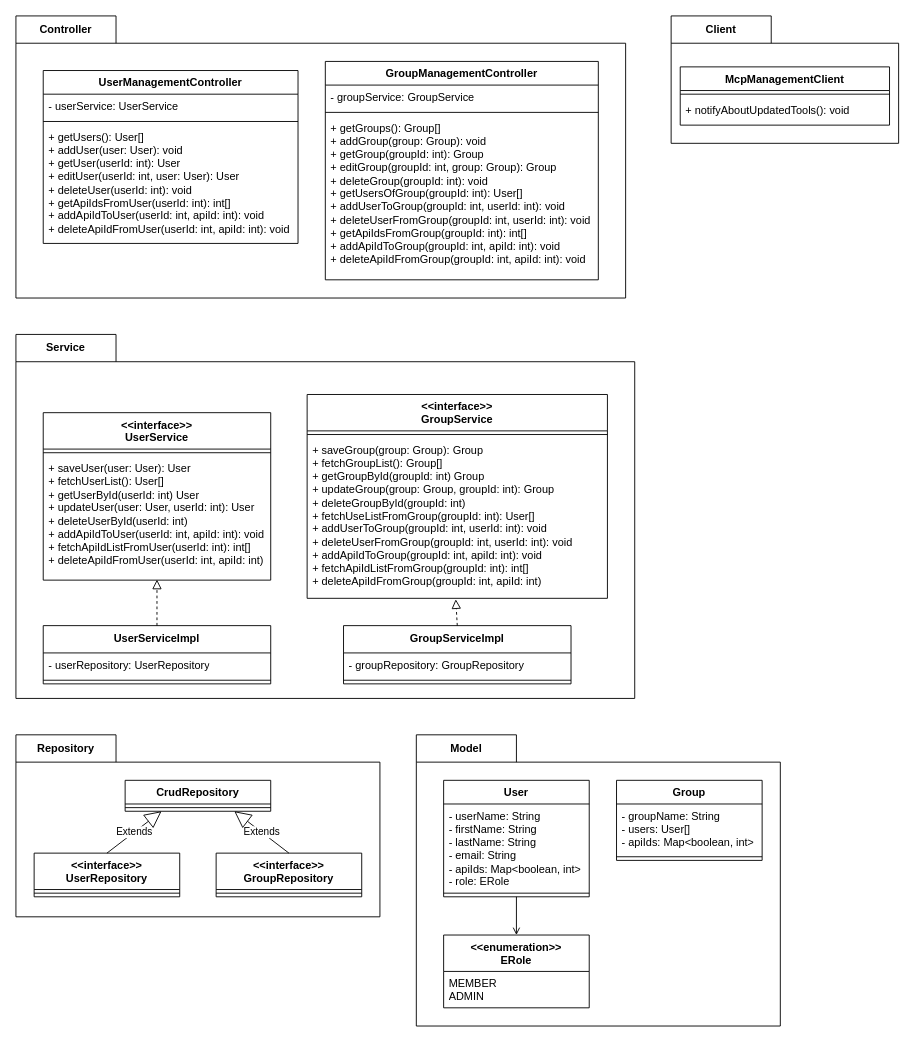
Before: docs/diagrams/level_4_class/user_management_class_diagram.drawio in GroMoKoSo/GroMoKoSo-Meta, a draw.io diagram. Source tidied: cells renumbered, new cells numbered last; positions are measured from the earlier drawing's top-left corner, leaving out a move shared by most shapes. Both pictures are drawn from the tidied source at 91%, with x=0, y=0 at pixel (15, 15).
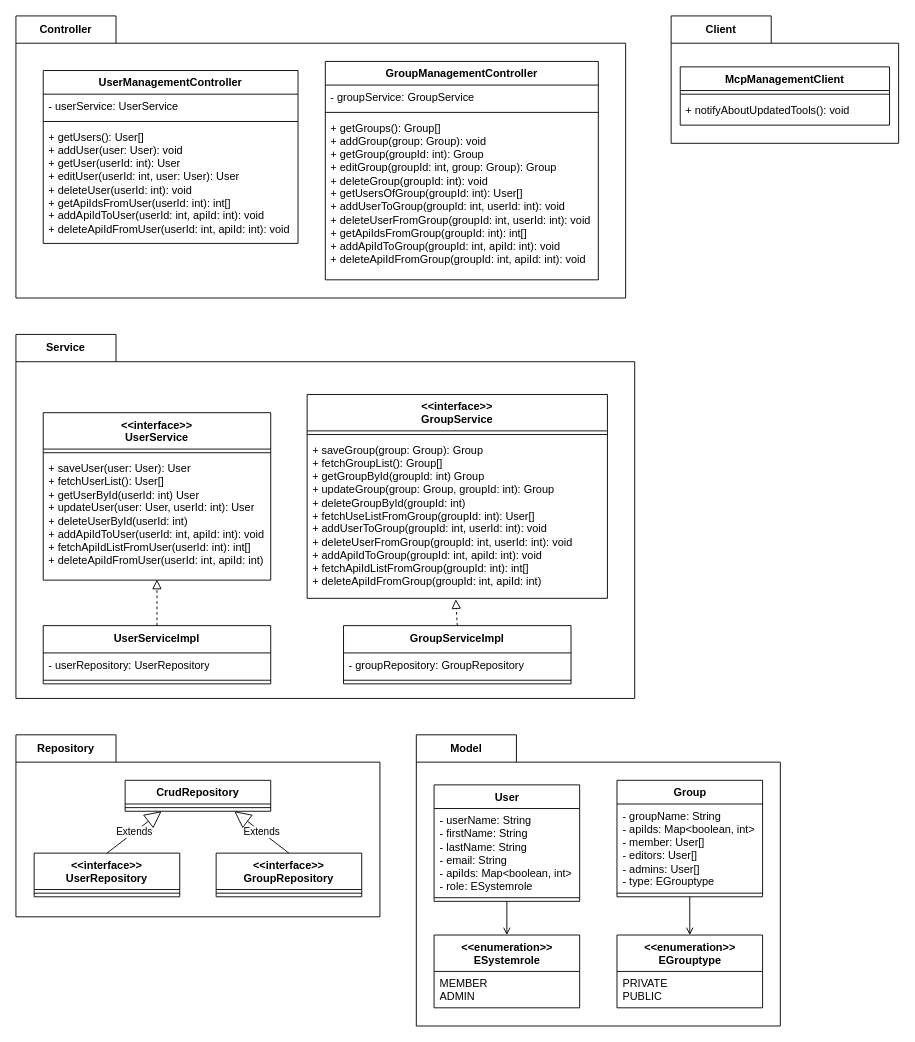
The same diagram, later.

Commit message (it also covers changes not shown here):
docs: update user management docs according to new roles

Unchanged cells that the change refers to:
```xml
<mxCell id="12" value="Model" style="shape=folder;fontStyle=1;tabWidth=110;tabHeight=30;tabPosition=left;html=1;boundedLbl=1;labelInHeader=1;whiteSpace=wrap;" parent="1" vertex="1">
  <mxGeometry x="440" y="790" width="400" height="320" as="geometry" />
</mxCell>
```

The edit, as a diff of the source:
```diff
@@
     <mxCell id="14" value="User" style="swimlane;fontStyle=1;align=center;verticalAlign=top;horizontal=1;startSize=26;whiteSpace=wrap;html=1;" parent="12" vertex="1">
-      <mxGeometry x="30" y="50" width="160" height="128" as="geometry" />
+      <mxGeometry x="19.5" y="55" width="160" height="128" as="geometry" />
     </mxCell>
-    <mxCell id="15" value="- userName: String&lt;div&gt;- firstName: String&lt;/div&gt;&lt;div&gt;- lastName: String&lt;/div&gt;&lt;div&gt;- email: String&lt;br&gt;&lt;div&gt;- apiIds:&amp;nbsp;&lt;span style=&quot;background-color: transparent; color: light-dark(rgb(0, 0, 0), rgb(255, 255, 255));&quot;&gt;Map&amp;lt;boolean, int&amp;gt;&lt;/span&gt;&lt;/div&gt;&lt;/div&gt;&lt;div&gt;&lt;span style=&quot;background-color: transparent; color: light-dark(rgb(0, 0, 0), rgb(255, 255, 255));&quot;&gt;- role: ERole&lt;/span&gt;&lt;/div&gt;" style="text;strokeColor=none;fillColor=none;align=left;verticalAlign=top;spacingLeft=4;spacingRight=4;overflow=hidden;whiteSpace=wrap;html=1;" parent="14" vertex="1">
+    <mxCell id="15" value="- userName: String&lt;div&gt;- firstName: String&lt;/div&gt;&lt;div&gt;- lastName: String&lt;/div&gt;&lt;div&gt;- email: String&lt;br&gt;&lt;div&gt;- apiIds:&amp;nbsp;&lt;span style=&quot;background-color: transparent; color: light-dark(rgb(0, 0, 0), rgb(255, 255, 255));&quot;&gt;Map&amp;lt;boolean, int&amp;gt;&lt;/span&gt;&lt;/div&gt;&lt;/div&gt;&lt;div&gt;&lt;span style=&quot;background-color: transparent; color: light-dark(rgb(0, 0, 0), rgb(255, 255, 255));&quot;&gt;- role: ESystemrole&lt;/span&gt;&lt;/div&gt;" style="text;strokeColor=none;fillColor=none;align=left;verticalAlign=top;spacingLeft=4;spacingRight=4;overflow=hidden;whiteSpace=wrap;html=1;" parent="14" vertex="1">
       <mxGeometry y="26" width="160" height="94" as="geometry" />
     </mxCell>
@@
+    <mxCell id="22" style="endArrow=none;html=1;rounded=0;entryX=0.5;entryY=1;entryDx=0;entryDy=0;exitX=0.5;exitY=0;exitDx=0;exitDy=0;startArrow=open;startFill=0;" parent="12" edge="1" source="20" target="14">
+      <mxGeometry relative="1" as="geometry" />
+    </mxCell>
+    <mxCell id="20" value="&amp;lt;&amp;lt;enumeration&amp;gt;&amp;gt;&lt;div&gt;ESystemrole&lt;/div&gt;" style="swimlane;fontStyle=1;align=center;verticalAlign=top;horizontal=1;startSize=40;whiteSpace=wrap;html=1;" parent="12" vertex="1">
+      <mxGeometry x="19.5" y="220" width="160" height="80" as="geometry" />
+    </mxCell>
+    <mxCell id="21" value="MEMBER&lt;br&gt;ADMIN" style="text;strokeColor=none;fillColor=none;align=left;verticalAlign=top;spacingLeft=4;spacingRight=4;overflow=hidden;whiteSpace=wrap;html=1;" parent="20" vertex="1">
+      <mxGeometry y="40" width="160" height="40" as="geometry" />
+    </mxCell>
     <mxCell id="17" value="Group" style="swimlane;fontStyle=1;align=center;verticalAlign=top;horizontal=1;startSize=26;whiteSpace=wrap;html=1;" parent="12" vertex="1">
-      <mxGeometry x="220" y="50" width="160" height="88" as="geometry" />
+      <mxGeometry x="220.5" y="50" width="160" height="128" as="geometry" />
     </mxCell>
-    <mxCell id="18" value="- groupName: String&lt;div&gt;- users: User[]&lt;br&gt;&lt;div&gt;- apiIds: Map&amp;lt;boolean, int&amp;gt;&lt;/div&gt;&lt;/div&gt;" style="text;strokeColor=none;fillColor=none;align=left;verticalAlign=top;spacingLeft=4;spacingRight=4;overflow=hidden;whiteSpace=wrap;html=1;" parent="17" vertex="1">
-      <mxGeometry y="26" width="160" height="54" as="geometry" />
+    <mxCell id="18" value="- groupName: String&lt;div&gt;&lt;div&gt;- apiIds: Map&amp;lt;boolean, int&amp;gt;&lt;/div&gt;&lt;/div&gt;&lt;div&gt;- member: User[]&lt;br&gt;- editors: User[]&lt;/div&gt;&lt;div&gt;- admins: User[]&lt;/div&gt;&lt;div&gt;- type: EGrouptype&lt;/div&gt;" style="text;strokeColor=none;fillColor=none;align=left;verticalAlign=top;spacingLeft=4;spacingRight=4;overflow=hidden;whiteSpace=wrap;html=1;" parent="17" vertex="1">
+      <mxGeometry y="26" width="160" height="94" as="geometry" />
     </mxCell>
     <mxCell id="19" style="line;strokeWidth=1;fillColor=none;align=left;verticalAlign=middle;spacingTop=-1;spacingLeft=3;spacingRight=3;labelPosition=right;strokeColor=inherit;" parent="17" vertex="1">
-      <mxGeometry y="80" width="160" height="8" as="geometry" />
+      <mxGeometry y="120" width="160" height="8" as="geometry" />
     </mxCell>
-    <mxCell id="20" value="&amp;lt;&amp;lt;enumeration&amp;gt;&amp;gt;&lt;div&gt;ERole&lt;/div&gt;" style="swimlane;fontStyle=1;align=center;verticalAlign=top;horizontal=1;startSize=40;whiteSpace=wrap;html=1;" parent="12" vertex="1">
-      <mxGeometry x="30" y="220" width="160" height="80" as="geometry" />
-    </mxCell>
-    <mxCell id="21" value="MEMBER&lt;br&gt;ADMIN" style="text;strokeColor=none;fillColor=none;align=left;verticalAlign=top;spacingLeft=4;spacingRight=4;overflow=hidden;whiteSpace=wrap;html=1;" parent="20" vertex="1">
-      <mxGeometry y="40" width="160" height="40" as="geometry" />
-    </mxCell>
-    <mxCell id="22" style="endArrow=none;html=1;rounded=0;entryX=0.5;entryY=1;entryDx=0;entryDy=0;exitX=0.5;exitY=0;exitDx=0;exitDy=0;startArrow=open;startFill=0;" parent="12" edge="1" source="20" target="14">
-      <mxGeometry relative="1" as="geometry" />
-    </mxCell>
+    <mxCell id="54" value="&amp;lt;&amp;lt;enumeration&amp;gt;&amp;gt;&lt;div&gt;EGrouptype&lt;/div&gt;" style="swimlane;fontStyle=1;align=center;verticalAlign=top;horizontal=1;startSize=40;whiteSpace=wrap;html=1;" parent="12" vertex="1">
+      <mxGeometry x="220.5" y="220" width="160" height="80" as="geometry" />
+    </mxCell>
+    <mxCell id="55" value="PRIVATE&lt;br&gt;PUBLIC" style="text;strokeColor=none;fillColor=none;align=left;verticalAlign=top;spacingLeft=4;spacingRight=4;overflow=hidden;whiteSpace=wrap;html=1;" parent="54" vertex="1">
+      <mxGeometry y="40" width="160" height="40" as="geometry" />
+    </mxCell>
+    <mxCell id="56" style="endArrow=none;html=1;rounded=0;entryX=0.5;entryY=1;entryDx=0;entryDy=0;exitX=0.5;exitY=0;exitDx=0;exitDy=0;startArrow=open;startFill=0;" parent="12" edge="1" source="54" target="17">
+      <mxGeometry relative="1" as="geometry" />
+    </mxCell>
```
